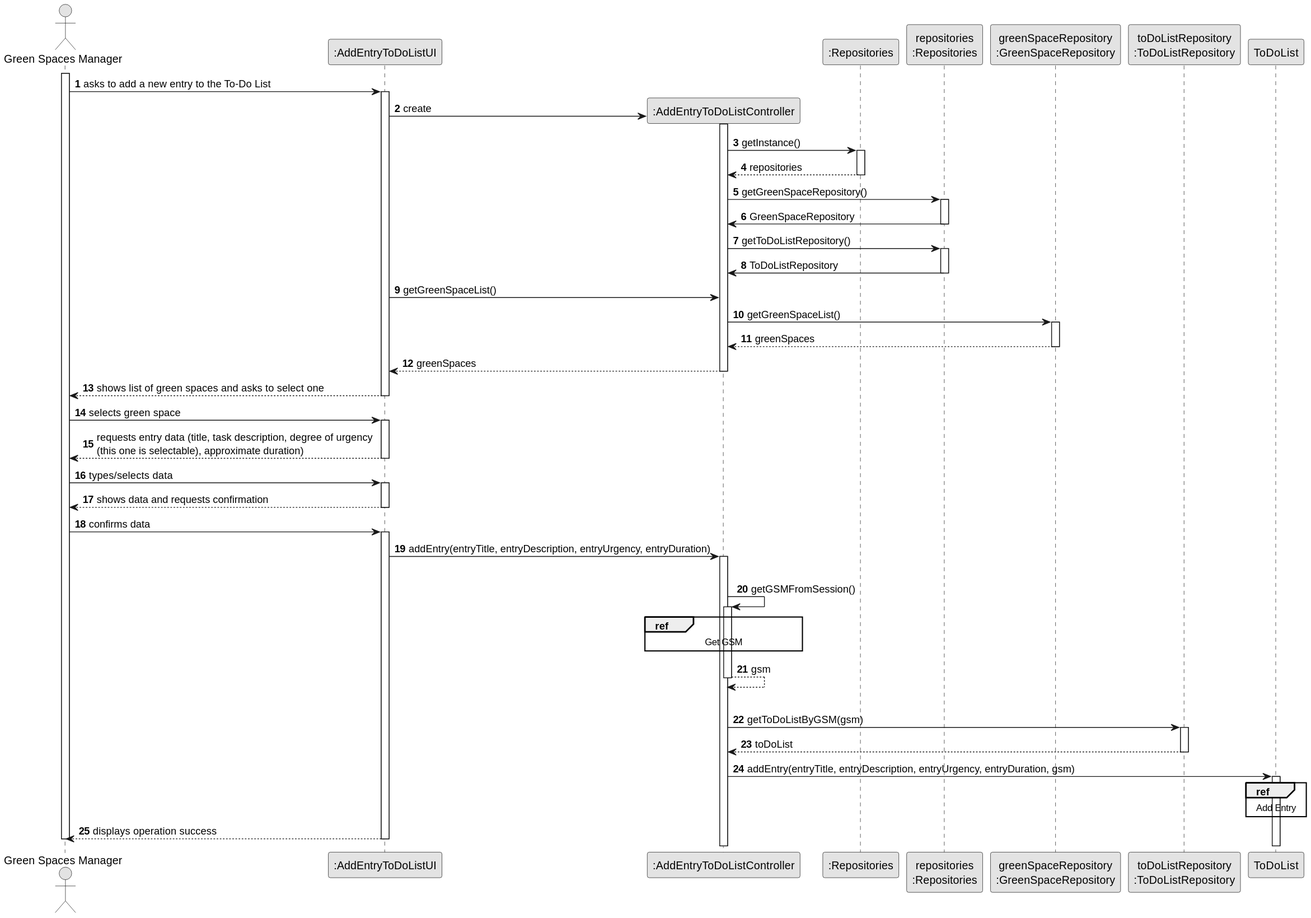
This is docs/sprint3/us021/03.design/svg/us021-sequence-diagram-split.svg from tiagosoa/lei-24-s2-1dgh-g073, a PlantUML export, as it was before one commit.
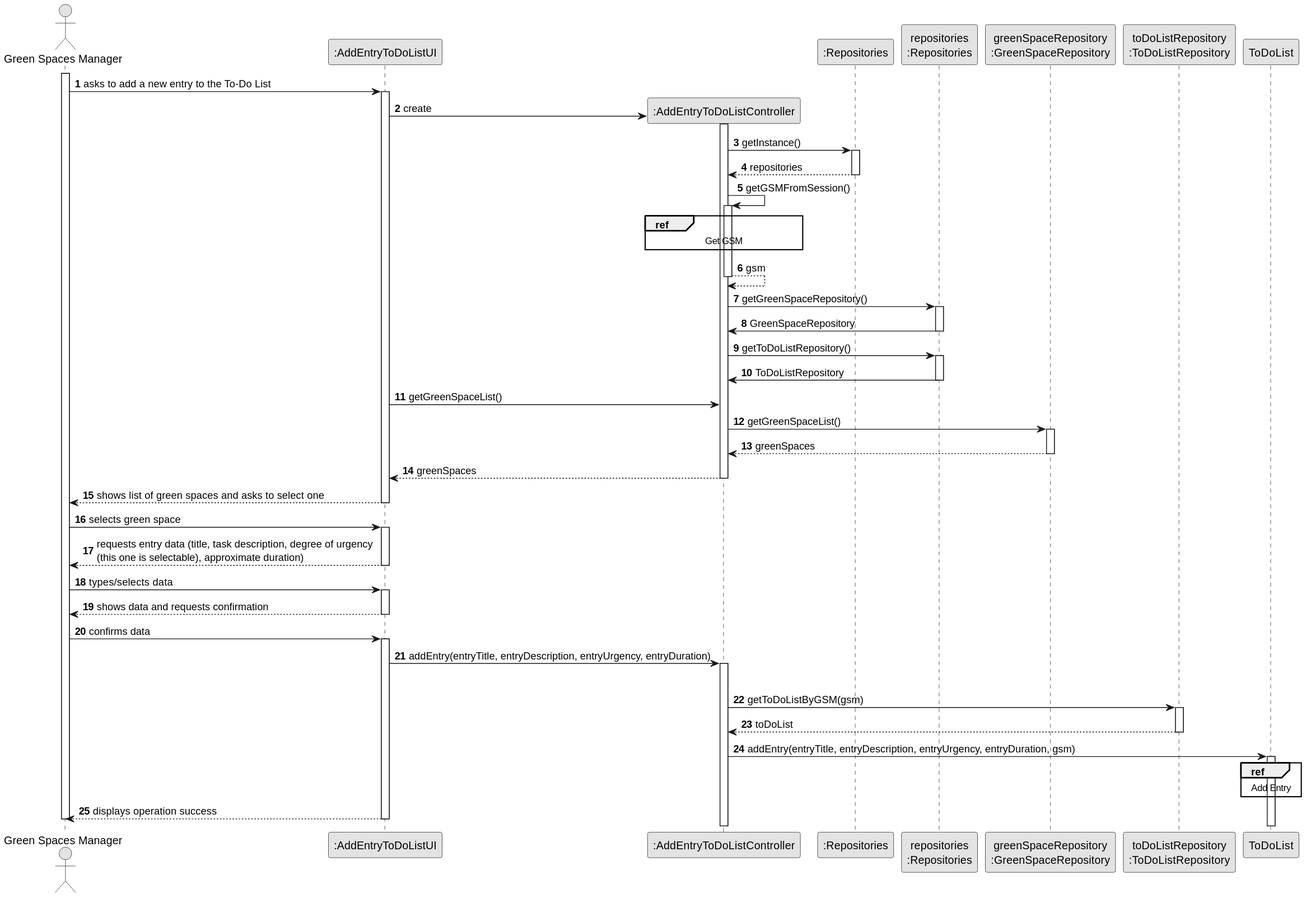
After the commit.

Diff of the diagram source:
```diff
@@ -29,6 +29,16 @@
 
                                             RepositorySingleton --> CTRL: repositories
                                         deactivate RepositorySingleton
+
+                                                    CTRL -> CTRL : getGSMFromSession()
+                                                    activate CTRL
+
+                                                    ref over CTRL
+                                                    Get GSM
+                                                    end
+
+                                                        CTRL --> CTRL : gsm
+                                                    deactivate CTRL
 
                              CTRL -> PLAT : getGreenSpaceRepository()
                                      activate PLAT
@@ -79,16 +89,7 @@
         UI -> CTRL : addEntry(entryTitle, entryDescription, entryUrgency, entryDuration)
         activate CTRL
 
-            |||
-            CTRL -> CTRL : getGSMFromSession()
-            activate CTRL
 
-            ref over CTRL
-            Get GSM
-            end
-
-                CTRL --> CTRL : gsm
-            deactivate CTRL
 
             |||
 
```
